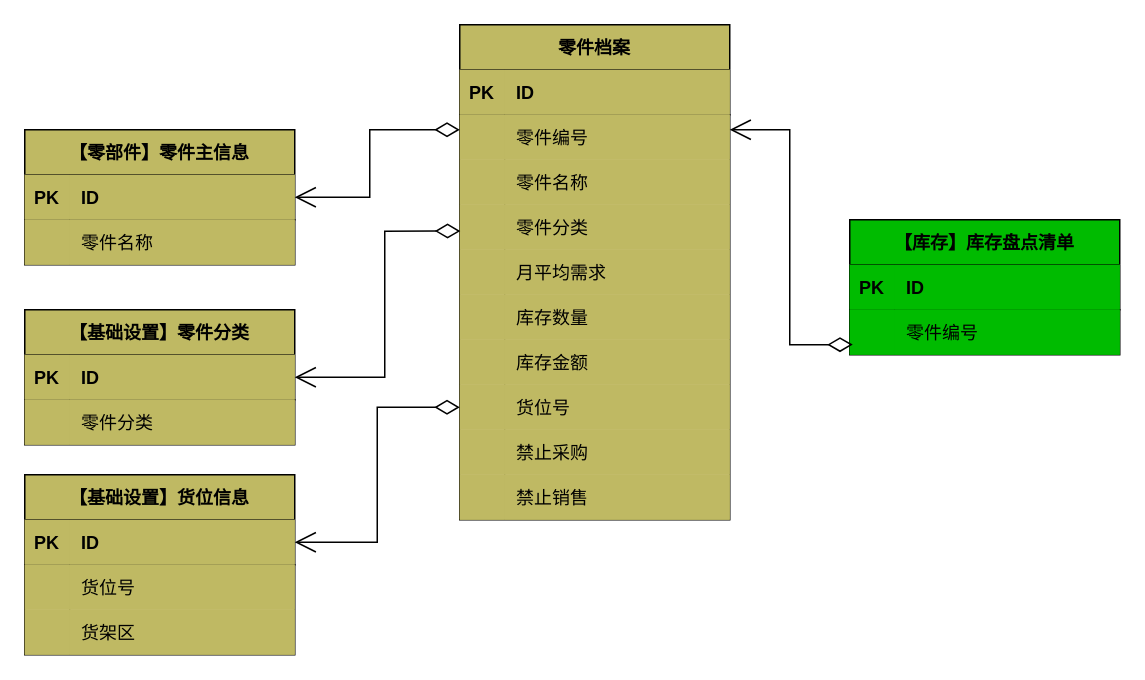
The draw.io diagram page "零件档案管理-聚合根" (4 of 4) of 库存管理-零件档案管理.drawio in 1132489442/gitRepository1, before the edit. Source tidied: cells renumbered, new cells numbered last; positions are measured from the earlier drawing's top-left corner, leaving out a move shared by most shapes. Both pictures are drawn from the tidied source at 150%, with x=0, y=0 at pixel (24, 24).
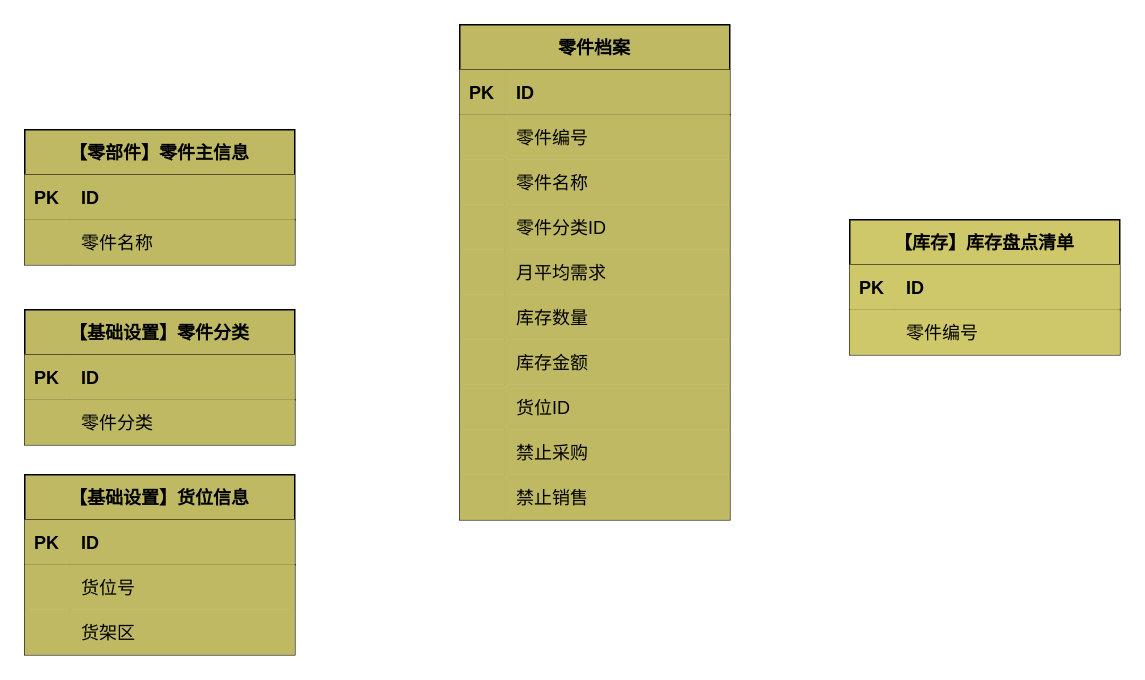
After the change.

Unchanged cells that the change refers to:
```xml
<mxCell id="3" style="shape=tableRow;horizontal=0;startSize=0;swimlaneHead=0;swimlaneBody=0;fillColor=#BFB963;points=[[0,0.5],[1,0.5]];portConstraint=eastwest;top=0;left=0;right=0;bottom=1;" parent="2" vertex="1">
  <mxGeometry y="30" width="180" height="30" as="geometry" />
</mxCell>
<mxCell id="13" style="shape=tableRow;horizontal=0;startSize=0;swimlaneHead=0;swimlaneBody=0;fillColor=#BFB963;points=[[0,0.5],[1,0.5]];portConstraint=eastwest;top=0;left=0;right=0;bottom=1;" parent="12" vertex="1">
  <mxGeometry y="30" width="180" height="30" as="geometry" />
</mxCell>
<mxCell id="29" style="shape=tableRow;horizontal=0;startSize=0;swimlaneHead=0;swimlaneBody=0;fillColor=#BFB963;points=[[0,0.5],[1,0.5]];portConstraint=eastwest;top=0;left=0;right=0;bottom=0;" parent="19" vertex="1">
  <mxGeometry y="120" width="180" height="30" as="geometry" />
</mxCell>
<mxCell id="41" style="shape=tableRow;horizontal=0;startSize=0;swimlaneHead=0;swimlaneBody=0;fillColor=#BFB963;points=[[0,0.5],[1,0.5]];portConstraint=eastwest;top=0;left=0;right=0;bottom=0;" parent="19" vertex="1">
  <mxGeometry y="240" width="180" height="30" as="geometry" />
</mxCell>
<mxCell id="51" style="shape=tableRow;horizontal=0;startSize=0;swimlaneHead=0;swimlaneBody=0;fillColor=#BFB963;points=[[0,0.5],[1,0.5]];portConstraint=eastwest;top=0;left=0;right=0;bottom=1;" parent="50" vertex="1">
  <mxGeometry y="30" width="180" height="30" as="geometry" />
</mxCell>
```

Change to the diagram source:
```diff
@@
-    <mxCell id="31" value="零件分类" style="shape=partialRectangle;fillColor=#BFB963;top=0;left=0;bottom=0;right=0;align=left;spacingLeft=6;overflow=hidden;" parent="29" vertex="1">
+    <mxCell id="31" value="零件分类ID" style="shape=partialRectangle;fillColor=#BFB963;top=0;left=0;bottom=0;right=0;align=left;spacingLeft=6;overflow=hidden;" parent="29" vertex="1">
       <mxGeometry x="30" width="150" height="30" as="geometry" />
     </mxCell>
@@
-    <mxCell id="43" value="货位号" style="shape=partialRectangle;fillColor=#BFB963;top=0;left=0;bottom=0;right=0;align=left;spacingLeft=6;overflow=hidden;" parent="41" vertex="1">
+    <mxCell id="43" value="货位ID" style="shape=partialRectangle;fillColor=#BFB963;top=0;left=0;bottom=0;right=0;align=left;spacingLeft=6;overflow=hidden;" parent="41" vertex="1">
       <mxGeometry x="30" width="150" height="30" as="geometry" />
     </mxCell>
@@
-    <mxCell id="57" style="endArrow=open;html=1;endSize=12;startArrow=diamondThin;startSize=14;startFill=0;edgeStyle=orthogonalEdgeStyle;align=left;verticalAlign=bottom;rounded=0;entryX=1;entryY=0.5;entryDx=0;entryDy=0;" parent="1" edge="1" target="13">
-      <mxGeometry x="-1" y="3" relative="1" as="geometry">
-        <mxPoint x="290" y="70" as="sourcePoint" />
-        <Array as="points">
-          <mxPoint x="230" y="70" />
-          <mxPoint x="230" y="115" />
-        </Array>
-      </mxGeometry>
-    </mxCell>
-    <mxCell id="58" style="endArrow=open;html=1;endSize=12;startArrow=diamondThin;startSize=14;startFill=0;edgeStyle=orthogonalEdgeStyle;align=left;verticalAlign=bottom;rounded=0;entryX=1;entryY=0.5;entryDx=0;entryDy=0;exitX=0.002;exitY=0.585;exitDx=0;exitDy=0;exitPerimeter=0;" parent="1" edge="1" source="29" target="51">
-      <mxGeometry x="-1" y="3" relative="1" as="geometry">
-        <Array as="points">
-          <mxPoint x="240" y="138" />
-          <mxPoint x="240" y="235" />
-        </Array>
-      </mxGeometry>
-    </mxCell>
-    <mxCell id="59" style="endArrow=open;html=1;endSize=12;startArrow=diamondThin;startSize=14;startFill=0;edgeStyle=orthogonalEdgeStyle;align=left;verticalAlign=bottom;rounded=0;exitX=0;exitY=0.5;exitDx=0;exitDy=0;entryX=1;entryY=0.5;entryDx=0;entryDy=0;" parent="1" edge="1" source="41" target="3">
-      <mxGeometry x="-1" y="3" relative="1" as="geometry" />
-    </mxCell>
-    <mxCell id="60" value="【库存】库存盘点清单" style="shape=table;startSize=30;childLayout=tableLayout;rowLines=0;fontStyle=1;align=center;fillColor=#00BB00;" parent="1" vertex="1">
+    <mxCell id="60" value="【库存】库存盘点清单" style="shape=table;startSize=30;childLayout=tableLayout;rowLines=0;fontStyle=1;align=center;fillColor=#CFC86B;" parent="1" vertex="1">
       <mxGeometry x="550" y="130" width="180" height="90" as="geometry" />
     </mxCell>
-    <mxCell id="61" style="shape=tableRow;horizontal=0;startSize=0;swimlaneHead=0;swimlaneBody=0;fillColor=#00BB00;top=0;left=0;right=0;bottom=1;" parent="60" vertex="1">
+    <mxCell id="61" style="shape=tableRow;horizontal=0;startSize=0;swimlaneHead=0;swimlaneBody=0;fillColor=#CFC86B;top=0;left=0;right=0;bottom=1;" parent="60" vertex="1">
       <mxGeometry y="30" width="180" height="30" as="geometry" />
     </mxCell>
-    <mxCell id="62" value="PK" style="shape=partialRectangle;fillColor=#00BB00;top=0;left=0;bottom=0;right=0;fontStyle=1;overflow=hidden;" parent="61" vertex="1">
+    <mxCell id="62" value="PK" style="shape=partialRectangle;fillColor=#CFC86B;top=0;left=0;bottom=0;right=0;fontStyle=1;overflow=hidden;" parent="61" vertex="1">
       <mxGeometry width="30" height="30" as="geometry" />
     </mxCell>
-    <mxCell id="63" value="ID" style="shape=partialRectangle;fillColor=#00BB00;top=0;left=0;bottom=0;right=0;align=left;spacingLeft=6;fontStyle=1;overflow=hidden;" parent="61" vertex="1">
+    <mxCell id="63" value="ID" style="shape=partialRectangle;fillColor=#CFC86B;top=0;left=0;bottom=0;right=0;align=left;spacingLeft=6;fontStyle=1;overflow=hidden;" parent="61" vertex="1">
       <mxGeometry x="30" width="150" height="30" as="geometry" />
     </mxCell>
-    <mxCell id="64" style="shape=tableRow;horizontal=0;startSize=0;swimlaneHead=0;swimlaneBody=0;fillColor=#00BB00;points=[[0,0.5],[1,0.5]];portConstraint=eastwest;top=0;left=0;right=0;bottom=0;" parent="60" vertex="1">
+    <mxCell id="64" style="shape=tableRow;horizontal=0;startSize=0;swimlaneHead=0;swimlaneBody=0;fillColor=#CFC86B;points=[[0,0.5],[1,0.5]];portConstraint=eastwest;top=0;left=0;right=0;bottom=0;" parent="60" vertex="1">
       <mxGeometry y="60" width="180" height="30" as="geometry" />
     </mxCell>
-    <mxCell id="65" style="shape=partialRectangle;fillColor=#00BB00;top=0;left=0;bottom=0;right=0;overflow=hidden;" parent="64" vertex="1">
+    <mxCell id="65" style="shape=partialRectangle;fillColor=#CFC86B;top=0;left=0;bottom=0;right=0;overflow=hidden;" parent="64" vertex="1">
       <mxGeometry width="30" height="30" as="geometry" />
     </mxCell>
-    <mxCell id="66" value="零件编号" style="shape=partialRectangle;fillColor=#00BB00;top=0;left=0;bottom=0;right=0;align=left;spacingLeft=6;overflow=hidden;" parent="64" vertex="1">
+    <mxCell id="66" value="零件编号" style="shape=partialRectangle;fillColor=#CFC86B;top=0;left=0;bottom=0;right=0;align=left;spacingLeft=6;overflow=hidden;" parent="64" vertex="1">
       <mxGeometry x="30" width="150" height="30" as="geometry" />
     </mxCell>
-    <mxCell id="67" style="endArrow=open;html=1;endSize=12;startArrow=diamondThin;startSize=14;startFill=0;edgeStyle=orthogonalEdgeStyle;align=left;verticalAlign=bottom;rounded=0;exitX=0.011;exitY=0.775;exitDx=0;exitDy=0;exitPerimeter=0;" parent="1" edge="1" source="64">
-      <mxGeometry x="-1" y="3" relative="1" as="geometry">
-        <mxPoint x="470" y="70" as="targetPoint" />
-        <Array as="points">
-          <mxPoint x="510" y="213" />
-          <mxPoint x="510" y="70" />
-        </Array>
-      </mxGeometry>
-    </mxCell>
```
